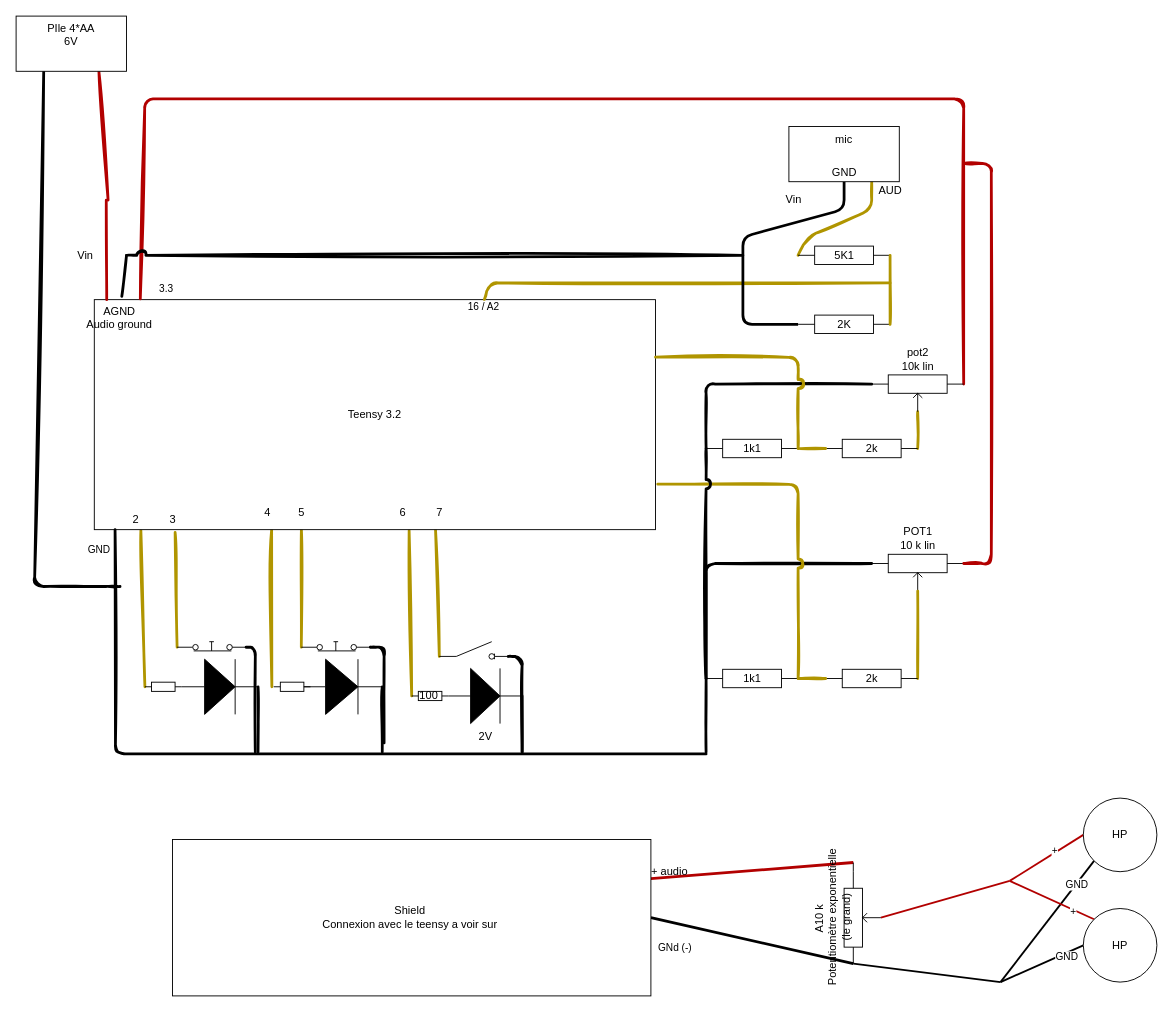
This is Diagram.drawio from nicomy/voice_changer, a draw.io file, before an edit. Source tidied: cells renumbered, new cells numbered last; positions are measured from the earlier drawing's top-left corner, leaving out a move shared by most shapes. Both pictures are drawn from the tidied source at 92%, with x=0, y=0 at pixel (16, 16).
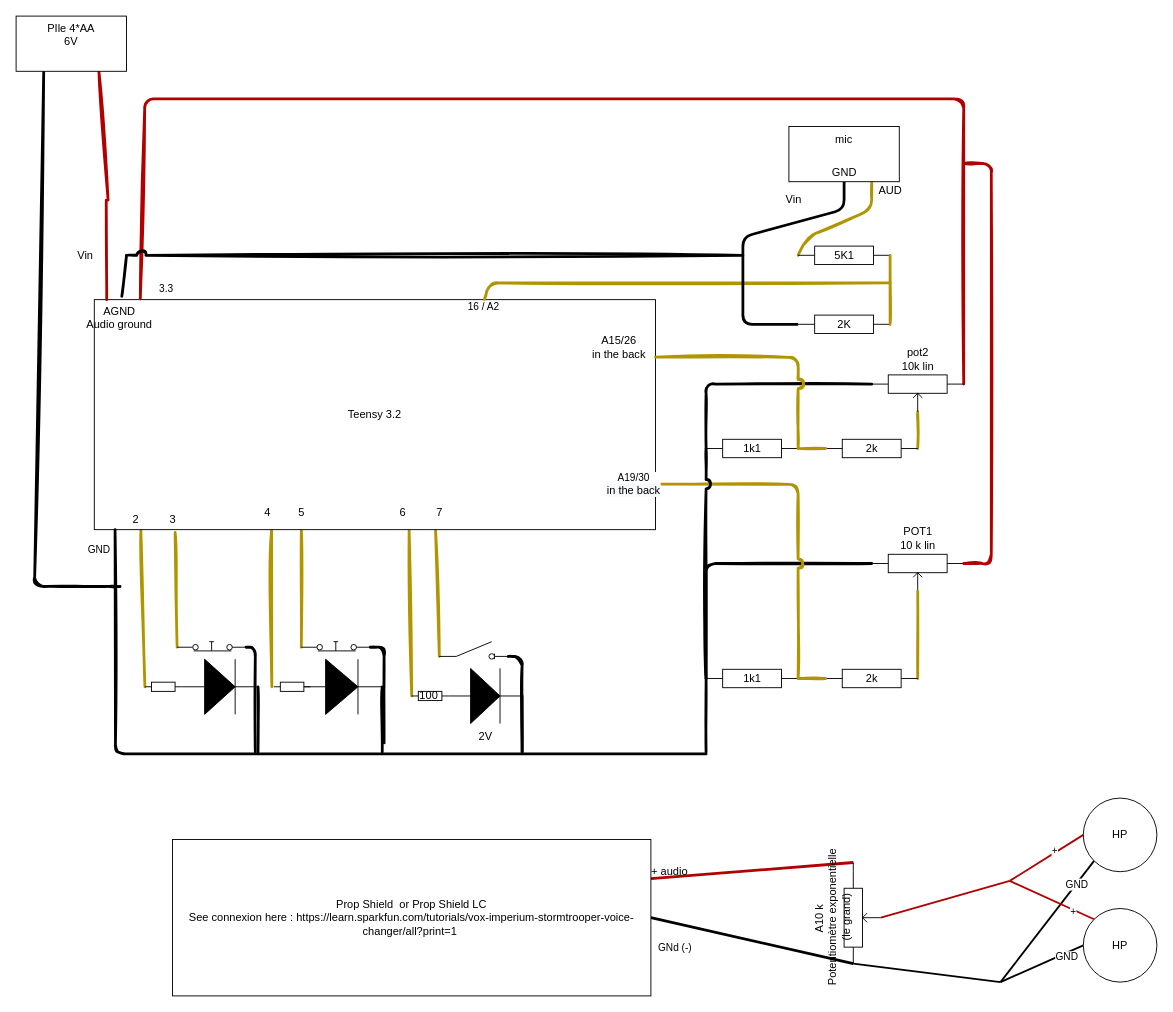
After the change.

The change refers to these unchanged cells:
```xml
<mxCell id="48" style="group;" parent="1" vertex="1">
  <mxGeometry x="170" y="850" width="1070" height="215" as="geometry" />
</mxCell>
<mxCell id="87" style="edgeStyle=none;rounded=1;sketch=1;jumpStyle=arc;jettySize=auto;html=1;exitX=1;exitY=0.5;exitDx=0;exitDy=0;exitPerimeter=0;entryX=1.004;entryY=0.802;entryDx=0;entryDy=0;endArrow=none;endFill=0;strokeWidth=3;fillColor=#e3c800;strokeColor=#B09500;entryPerimeter=0;" parent="1" edge="1" source="90" target="8">
  <mxGeometry relative="1" as="geometry">
    <Array as="points">
      <mxPoint x="850" y="509" />
    </Array>
  </mxGeometry>
</mxCell>
```

What changed in the source:
```diff
@@
-    <mxCell id="56" value="Shield&amp;nbsp;&lt;br&gt;Connexion avec le teensy a voir sur&amp;nbsp;&lt;br&gt;" style="rounded=0;whiteSpace=wrap;html=1;" parent="48" vertex="1">
+    <mxCell id="56" value="Prop Shield&amp;nbsp; or Prop Shield LC&lt;br&gt;See connexion here :&amp;nbsp;https://learn.sparkfun.com/tutorials/vox-imperium-stormtrooper-voice-changer/all?print=1&amp;nbsp;&lt;br&gt;" style="rounded=0;whiteSpace=wrap;html=1;" parent="48" vertex="1">
       <mxGeometry y="45" width="520" height="170" as="geometry" />
     </mxCell>
@@
+    <mxCell id="98" value="A19/30&lt;br&gt;&lt;span style=&quot;font-size: 12px ; background-color: rgb(248 , 249 , 250)&quot;&gt;in the back&lt;/span&gt;" style="edgeLabel;html=1;align=center;verticalAlign=middle;" parent="87" vertex="1">
+      <mxGeometry x="0.91" relative="1" as="geometry">
+        <mxPoint x="-44" as="offset" />
+      </mxGeometry>
+    </mxCell>
@@
+    <mxCell id="99" value="A15/26&lt;br&gt;in the back" style="text;html=1;align=center;verticalAlign=middle;strokeColor=none;fillColor=none;" parent="1" vertex="1">
+      <mxGeometry x="620" y="345" width="70" height="30" as="geometry" />
+    </mxCell>
```
